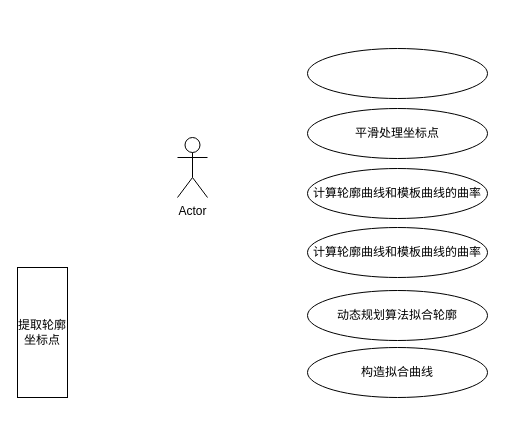
This is 未命名绘图.drawio from typorphia/hello-world, a draw.io file, before an edit. Source tidied: cells renumbered, new cells numbered last; positions are measured from the earlier drawing's top-left corner, leaving out a move shared by most shapes. Both pictures are drawn from the tidied source at 100%, with x=0, y=0 at pixel (17, 48).
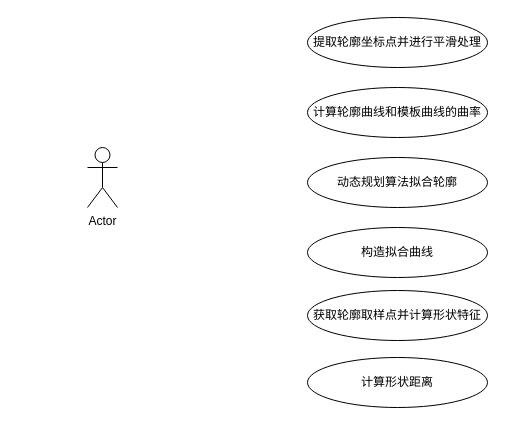
Above is the later version.

Commit message (it also covers changes not shown here):
更新未命名绘图.drawio

Diff of the diagram source:
```diff
@@
 <mxGraphModel>
   <root>
     <mxCell id="0" />
     <mxCell id="1" parent="0" />
     <mxCell id="2" value="Actor" style="shape=umlActor;verticalLabelPosition=bottom;verticalAlign=top;html=1;" parent="1" vertex="1">
-      <mxGeometry x="160" y="89" width="30" height="60" as="geometry" />
+      <mxGeometry x="70" y="99" width="30" height="60" as="geometry" />
     </mxCell>
-    <mxCell id="3" style="ellipse;whiteSpace=wrap;html=1;" parent="1" vertex="1">
-      <mxGeometry x="290" width="180" height="50" as="geometry" />
-    </mxCell>
-    <mxCell id="4" value="平滑处理坐标点" style="ellipse;whiteSpace=wrap;html=1;" parent="1" vertex="1">
-      <mxGeometry x="290" y="60" width="180" height="50" as="geometry" />
-    </mxCell>
-    <mxCell id="5" value="计算轮廓曲线和模板曲线的曲率" style="ellipse;whiteSpace=wrap;html=1;" parent="1" vertex="1">
-      <mxGeometry x="290" y="120" width="180" height="50" as="geometry" />
+    <mxCell id="5" value="提取轮廓坐标点并进行平滑处理" style="ellipse;whiteSpace=wrap;html=1;" parent="1" vertex="1">
+      <mxGeometry x="290" y="-31" width="180" height="50" as="geometry" />
     </mxCell>
     <mxCell id="6" value="计算轮廓曲线和模板曲线的曲率" style="ellipse;whiteSpace=wrap;html=1;" parent="1" vertex="1">
-      <mxGeometry x="290" y="179" width="180" height="50" as="geometry" />
+      <mxGeometry x="290" y="39" width="180" height="50" as="geometry" />
     </mxCell>
     <mxCell id="7" value="动态规划算法拟合轮廓" style="ellipse;whiteSpace=wrap;html=1;" parent="1" vertex="1">
-      <mxGeometry x="290" y="242" width="180" height="50" as="geometry" />
+      <mxGeometry x="290" y="109" width="180" height="50" as="geometry" />
     </mxCell>
     <mxCell id="8" value="构造拟合曲线" style="ellipse;whiteSpace=wrap;html=1;" parent="1" vertex="1">
-      <mxGeometry x="290" y="299" width="180" height="50" as="geometry" />
+      <mxGeometry x="290" y="179" width="180" height="50" as="geometry" />
     </mxCell>
-    <mxCell id="9" value="提取轮廓坐标点" style="rounded=0;whiteSpace=wrap;html=1;" parent="1" vertex="1">
-      <mxGeometry y="219" width="50" height="130" as="geometry" />
-    </mxCell>
+    <mxCell id="10" value="获取轮廓取样点并计算形状特征" style="ellipse;whiteSpace=wrap;html=1;" parent="1" vertex="1">
+      <mxGeometry x="290" y="242" width="180" height="50" as="geometry" />
+    </mxCell>
+    <mxCell id="11" value="计算形状距离" style="ellipse;whiteSpace=wrap;html=1;" parent="1" vertex="1">
+      <mxGeometry x="290" y="309" width="180" height="50" as="geometry" />
+    </mxCell>
   </root>
 </mxGraphModel>
```
